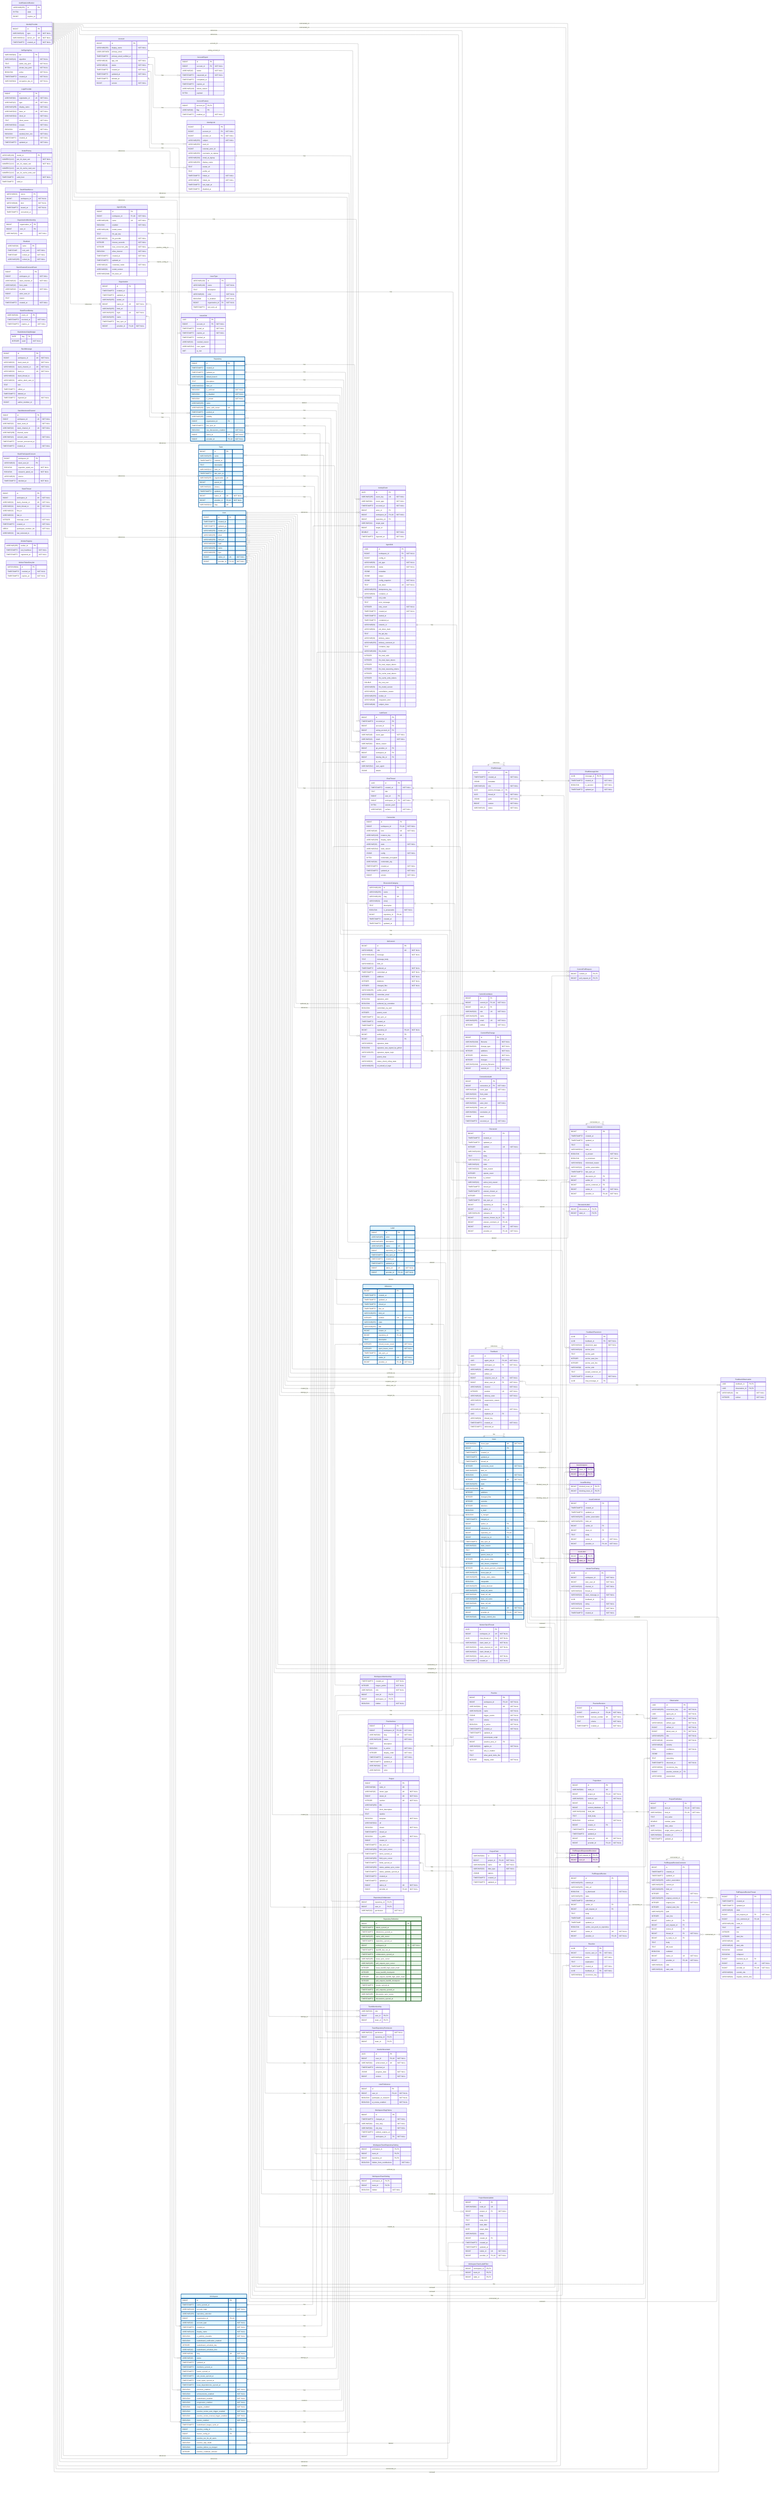
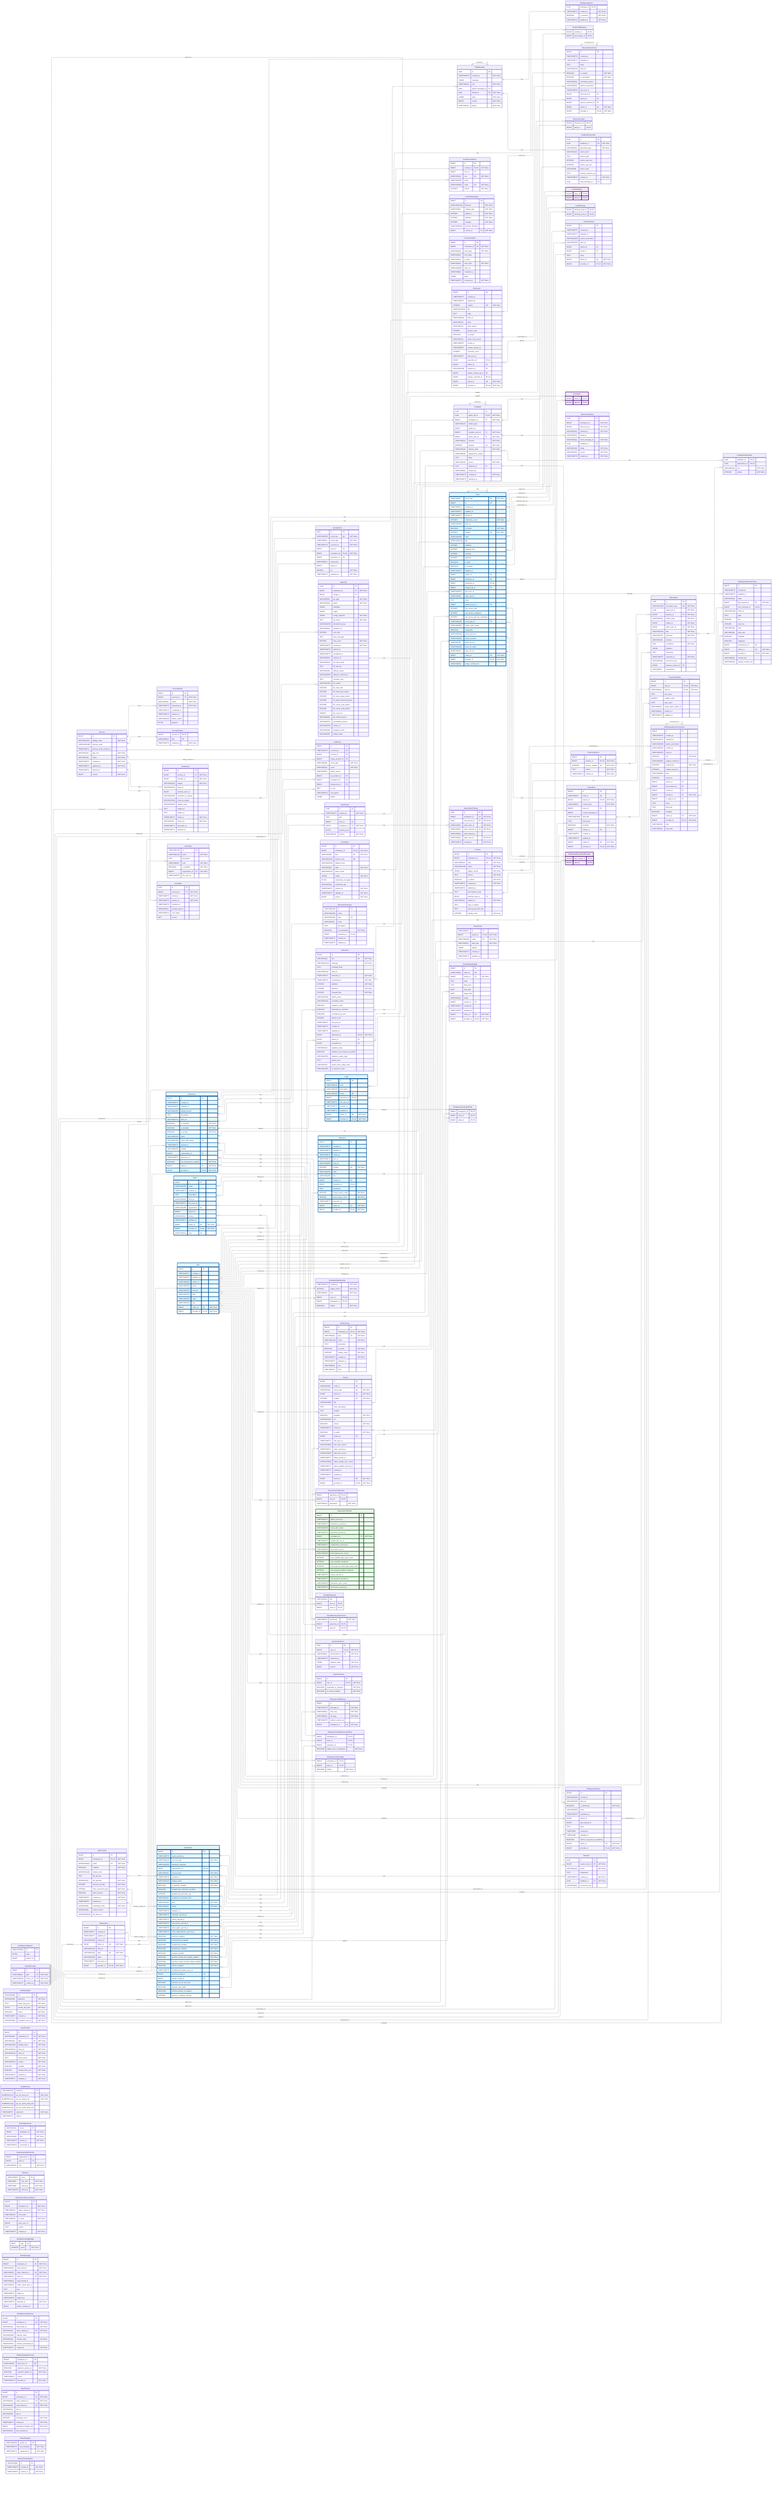
---
config:
    layout: elk
---
erDiagram
    %% Generated automatically from PostgreSQL database schema
    %% using scripts/generate-mermaid-erd.ts
    %% To regenerate: pnpm run db:generate-erd-docs

    direction LR

    Account {
        BIGINT id PK
        VARCHAR(255) display_name "NOT NULL"
        USER-DEFINED primary_email
        TIMESTAMPTZ primary_email_verified_at
        VARCHAR(16) app_role "NOT NULL"
        VARCHAR(16) status "NOT NULL"
        TIMESTAMPTZ created_at "NOT NULL"
        TIMESTAMPTZ updated_at "NOT NULL"
        TIMESTAMPTZ deleted_at
        BIGINT version "NOT NULL"
    }

    AccountExport {
        BIGINT id PK
        BIGINT account_id FK "NOT NULL"
        VARCHAR(16) status "NOT NULL"
        TIMESTAMPTZ requested_at "NOT NULL"
        TIMESTAMPTZ completed_at
        TIMESTAMPTZ expires_at
        VARCHAR(128) failure_reason
        BYTEA payload
    }

    AccountFeature {
        BIGINT account_id PK,FK
        VARCHAR(64) flag PK
        TIMESTAMPTZ enabled_at "NOT NULL"
    }

    ActivityEvent {
        UUID id PK
        VARCHAR(255) event_key UK "NOT NULL"
        VARCHAR(64) event_type "NOT NULL"
        TIMESTAMPTZ occurred_at "NOT NULL"
        BIGINT actor_id FK
        BIGINT workspace_id FK,UK "NOT NULL"
        BIGINT repository_id FK
        VARCHAR(32) target_type
        BIGINT target_id
        DOUBLE xp "NOT NULL"
        TIMESTAMPTZ ingested_at "NOT NULL"
    }

    AgentConfig {
        BIGINT id PK
        BIGINT workspace_id FK,UK "NOT NULL"
        VARCHAR(100) name UK "NOT NULL"
        BOOLEAN enabled "NOT NULL"
        VARCHAR(128) model_name
        TEXT llm_api_key
        VARCHAR(32) llm_provider "NOT NULL"
        INTEGER timeout_seconds "NOT NULL"
        INTEGER max_concurrent_jobs "NOT NULL"
        BOOLEAN allow_internet "NOT NULL"
        TIMESTAMPTZ created_at "NOT NULL"
        TIMESTAMPTZ updated_at
        VARCHAR(16) credential_mode "NOT NULL"
        VARCHAR(50) model_version
        VARCHAR(2048) llm_base_url
    }

    AgentJob {
        UUID id PK
        BIGINT workspace_id FK "NOT NULL"
        BIGINT config_id FK
        VARCHAR(50) job_type "NOT NULL"
        VARCHAR(20) status "NOT NULL"
        JSONB metadata
        JSONB output
        JSONB config_snapshot "NOT NULL"
        TEXT job_token UK "NOT NULL"
        VARCHAR(255) idempotency_key
        VARCHAR(64) container_id
        INTEGER exit_code
        TEXT error_message
        INTEGER retry_count "NOT NULL"
        TIMESTAMPTZ created_at "NOT NULL"
        TIMESTAMPTZ started_at
        TIMESTAMPTZ completed_at
        VARCHAR(64) network_id
        VARCHAR(64) job_token_hash
        TEXT llm_api_key
        VARCHAR(20) delivery_status
        VARCHAR(255) delivery_comment_id
        TEXT container_logs
        VARCHAR(100) llm_model
        INTEGER llm_total_calls
        INTEGER llm_total_input_tokens
        INTEGER llm_total_output_tokens
        INTEGER llm_total_reasoning_tokens
        INTEGER llm_cache_read_tokens
        INTEGER llm_cache_write_tokens
        DOUBLE llm_cost_usd
        VARCHAR(50) llm_model_version
        VARCHAR(32) cancellation_reason
        VARCHAR(255) worker_id
        VARCHAR(48) integration_kind
        VARCHAR(48) subject_class
    }

    AuthEvent {
        BIGINT id PK
        TIMESTAMPTZ occurred_at PK
        BIGINT account_id FK
        BIGINT acting_account_id FK
        VARCHAR(48) event_type "NOT NULL"
        VARCHAR(16) result "NOT NULL"
        VARCHAR(64) failure_reason
        BIGINT git_provider_id FK
        BIGINT workspace_id FK
        BIGINT identity_link_id FK
        INET ip_inet
        VARCHAR(512) user_agent
        JSONB details
    }

    AuthRateLimitBucket {
        VARCHAR(255) id PK
        BYTEA state
        BIGINT expires_at
    }

    ChatMessage {
        UUID id PK
        TIMESTAMPTZ created_at "NOT NULL"
        JSONB metadata
        VARCHAR(16) role "NOT NULL"
        UUID parent_message_id FK
        UUID thread_id FK "NOT NULL"
        JSONB parts "NOT NULL"
        BIGINT version "NOT NULL"
        VARCHAR(16) status "NOT NULL"
    }

    ChatMessageVote {
        UUID message_id PK,FK
        TIMESTAMPTZ created_at "NOT NULL"
        BOOLEAN is_upvoted "NOT NULL"
        TIMESTAMPTZ updated_at "NOT NULL"
    }

    ChatThread {
        UUID id PK
        TIMESTAMPTZ created_at "NOT NULL"
        TEXT title
        BIGINT user_id FK
        BIGINT workspace_id FK "NOT NULL"
        BYTEA session_jsonl
        VARCHAR(16) surface "NOT NULL"
    }

    CommitContributor {
        BIGINT id PK
        BIGINT commit_id FK,UK "NOT NULL"
        BIGINT user_id FK
        VARCHAR(32) role UK "NOT NULL"
        VARCHAR(255) name
        VARCHAR(255) email UK "NOT NULL"
        INTEGER ordinal "NOT NULL"
    }

    CommitFileChange {
        BIGINT id PK
        VARCHAR(1024) filename "NOT NULL"
        VARCHAR(32) change_type "NOT NULL"
        INTEGER additions "NOT NULL"
        INTEGER deletions "NOT NULL"
        INTEGER changes "NOT NULL"
        VARCHAR(1024) previous_filename
        BIGINT commit_id FK "NOT NULL"
    }

    CommitPullRequest {
        BIGINT commit_id PK,FK
        BIGINT pull_request_id PK,FK
    }

    Connection {
        BIGINT id PK
        BIGINT workspace_id FK,UK "NOT NULL"
        VARCHAR(48) kind UK "NOT NULL"
        VARCHAR(128) instance_key UK
        VARCHAR(256) display_name
        VARCHAR(32) state "NOT NULL"
        VARCHAR(512) state_reason
        JSONB config "NOT NULL"
        BYTEA credentials_encrypted
        VARCHAR(64) credentials_alg
        TIMESTAMPTZ created_at "NOT NULL"
        TIMESTAMPTZ updated_at "NOT NULL"
        BIGINT version "NOT NULL"
    }

    ConnectionAudit {
        BIGINT id PK
        BIGINT connection_id FK "NOT NULL"
        VARCHAR(48) event_type "NOT NULL"
        VARCHAR(32) from_state
        VARCHAR(32) to_state
        VARCHAR(32) actor_kind "NOT NULL"
        VARCHAR(256) actor_ref
        VARCHAR(64) correlation_id
        JSONB detail
        TIMESTAMPTZ occurred_at "NOT NULL"
    }

    Discussion {
        BIGINT id PK
        TIMESTAMPTZ created_at
        TIMESTAMPTZ updated_at
        INTEGER number UK "NOT NULL"
        VARCHAR(1024) title
        TEXT body
        VARCHAR(512) html_url
        VARCHAR(16) state
        VARCHAR(32) state_reason
        INTEGER upvote_count
        BOOLEAN is_locked
        VARCHAR(32) active_lock_reason
        TIMESTAMPTZ closed_at
        TIMESTAMPTZ answer_chosen_at
        INTEGER comment_count
        TIMESTAMPTZ last_sync_at
        BIGINT repository_id FK,UK
        BIGINT author_id FK
        VARCHAR(128) category_id FK
        BIGINT answer_chosen_by_id FK
        BIGINT answer_comment_id FK,UK
        BIGINT native_id UK "NOT NULL"
        BIGINT provider_id FK,UK "NOT NULL"
    }

    DiscussionCategory {
        VARCHAR(128) id PK
        VARCHAR(255) name
        VARCHAR(128) slug UK
        VARCHAR(32) emoji
        TEXT description
        BOOLEAN is_answerable "NOT NULL"
        BIGINT repository_id FK,UK
        TIMESTAMPTZ created_at
        TIMESTAMPTZ updated_at
    }

    DiscussionComment {
        BIGINT id PK
        TIMESTAMPTZ created_at
        TIMESTAMPTZ updated_at
        TEXT body
        VARCHAR(512) html_url
        BOOLEAN is_answer "NOT NULL"
        BOOLEAN is_minimized "NOT NULL"
        VARCHAR(64) minimized_reason
        VARCHAR(32) author_association
        TIMESTAMPTZ last_sync_at
        BIGINT discussion_id FK
        BIGINT author_id FK
        BIGINT parent_comment_id FK
        BIGINT native_id UK "NOT NULL"
        BIGINT provider_id FK,UK "NOT NULL"
    }

    DiscussionLabel {
        BIGINT discussion_id PK,FK
        BIGINT label_id PK,FK
    }

    Feedback {
        UUID id PK
        UUID agent_job_id FK,UK "NOT NULL"
        BIGINT workspace_id FK "NOT NULL"
        VARCHAR(32) artifact_type
        BIGINT artifact_id
        BIGINT recipient_user_id FK "NOT NULL"
        BIGINT about_user_id FK "NOT NULL"
        VARCHAR(32) channel "NOT NULL"
        INTEGER position UK "NOT NULL"
        VARCHAR(16) delivery_state "NOT NULL"
        VARCHAR(32) suppression_reason
        TEXT body
        VARCHAR(16) source "NOT NULL"
        UUID replaces_id FK
        VARCHAR(64) thread_key
        TIMESTAMPTZ created_at "NOT NULL"
        TIMESTAMPTZ delivered_at
    }

    FeedbackObservation {
        UUID feedback_id PK,FK
        UUID observation_id PK,FK
        VARCHAR(16) role "NOT NULL"
        INTEGER ordinal "NOT NULL"
    }

    FeedbackPlacement {
        UUID id PK
        UUID feedback_id FK "NOT NULL"
        VARCHAR(32) placement_type "NOT NULL"
        VARCHAR(16) anchor_kind
        TEXT anchor_path
        INTEGER anchor_start_line
        INTEGER anchor_end_line
        VARCHAR(8) anchor_side
        TEXT posted_comment_ref
        TIMESTAMPTZ created_at "NOT NULL"
        UUID chat_message_id FK
    }

    GitCommit {
        BIGINT id PK
        VARCHAR(40) sha UK "NOT NULL"
        VARCHAR(1024) message "NOT NULL"
        TEXT message_body
        VARCHAR(512) html_url
        TIMESTAMPTZ authored_at "NOT NULL"
        TIMESTAMPTZ committed_at "NOT NULL"
        INTEGER additions "NOT NULL"
        INTEGER deletions "NOT NULL"
        INTEGER changed_files "NOT NULL"
        VARCHAR(255) author_email
        VARCHAR(255) committer_email
        BOOLEAN signature_valid
        BOOLEAN authored_by_committer
        BOOLEAN committed_via_web
        INTEGER parent_count
        TIMESTAMPTZ last_sync_at
        TIMESTAMPTZ created_at
        TIMESTAMPTZ updated_at
        BIGINT repository_id FK,UK "NOT NULL"
        BIGINT author_id FK
        BIGINT committer_id FK
        VARCHAR(32) signature_state
        BOOLEAN signature_was_signed_by_github
        VARCHAR(255) signature_signer_login
        TEXT parent_shas
        VARCHAR(32) status_check_rollup_state
        VARCHAR(255) on_behalf_of_login
    }

    IdentityLink {
        BIGINT id PK
        BIGINT account_id FK "NOT NULL"
        BIGINT provider_id FK "NOT NULL"
        VARCHAR(255) subject "NOT NULL"
        VARCHAR(255) team_id
        BIGINT external_actor_id
        VARCHAR(255) username_at_signup
        VARCHAR(320) email_at_signup
        VARCHAR(255) display_name
        TEXT avatar_url
        TEXT profile_url
        TIMESTAMPTZ linked_at "NOT NULL"
        VARCHAR(16) linked_via "NOT NULL"
        TIMESTAMPTZ last_login_at
        TIMESTAMPTZ disabled_at
    }

    IdentityProvider {
        BIGINT id PK
        VARCHAR(10) type UK "NOT NULL"
        VARCHAR(512) server_url UK "NOT NULL"
        TIMESTAMPTZ created_at "NOT NULL"
    }

    Issue {
        VARCHAR(31) issue_type UK "NOT NULL"
        BIGINT id PK
        TIMESTAMPTZ created_at
        TIMESTAMPTZ updated_at
        TIMESTAMPTZ closed_at
        INTEGER comments_count "NOT NULL"
        VARCHAR(255) html_url
        BOOLEAN is_locked "NOT NULL"
        INTEGER number UK "NOT NULL"
        VARCHAR(255) state
        VARCHAR(1024) title
        INTEGER additions
        INTEGER changed_files
        INTEGER commits
        INTEGER deletions
        BOOLEAN is_draft
        BOOLEAN is_merged
        TIMESTAMPTZ merged_at
        BIGINT author_id FK
        BIGINT milestone_id FK
        BIGINT repository_id FK,UK
        BIGINT merged_by_id FK
        TIMESTAMPTZ last_sync_at
        VARCHAR(32) state_reason
        TEXT body
        BIGINT parent_issue_id FK
        INTEGER sub_issues_total
        INTEGER sub_issues_completed
        INTEGER sub_issues_percent_completed
        VARCHAR(128) issue_type_id FK
        VARCHAR(255) merge_state_status
        BOOLEAN mergeable
        VARCHAR(255) review_decision
        VARCHAR(255) head_ref_name
        VARCHAR(40) head_ref_oid
        VARCHAR(255) base_ref_name
        VARCHAR(40) base_ref_oid
        BIGINT native_id UK "NOT NULL"
        BIGINT provider_id FK,UK "NOT NULL"
        VARCHAR(40) merge_commit_sha
    }

    IssueAssignee {
        BIGINT issue_id PK,FK
        BIGINT user_id PK,FK
    }

    IssueBlocking {
        BIGINT blocked_issue_id PK,FK
        BIGINT blocking_issue_id PK,FK
    }

    IssueComment {
        BIGINT id PK
        TIMESTAMPTZ created_at
        TIMESTAMPTZ updated_at
        VARCHAR(255) author_association
        VARCHAR(255) html_url
        BIGINT author_id FK
        BIGINT issue_id FK
        TEXT body
        BIGINT native_id UK "NOT NULL"
        BIGINT provider_id FK,UK "NOT NULL"
    }

    IssueLabel {
        BIGINT issue_id PK,FK
        BIGINT label_id PK,FK
    }

    IssueType {
        VARCHAR(128) id PK
        VARCHAR(128) name "NOT NULL"
        TEXT description
        VARCHAR(20) color "NOT NULL"
        BOOLEAN is_enabled "NOT NULL"
        BIGINT organization_id FK "NOT NULL"
        TIMESTAMPTZ last_sync_at
    }

    IssuedJwt {
        UUID jti PK
        BIGINT account_id FK "NOT NULL"
        TIMESTAMPTZ issued_at "NOT NULL"
        TIMESTAMPTZ expires_at "NOT NULL"
        TIMESTAMPTZ revoked_at
        VARCHAR(32) revoked_reason
        VARCHAR(512) user_agent
        INET ip_inet
    }

    JwtSigningKey {
        VARCHAR(64) kid PK
        VARCHAR(16) algorithm "NOT NULL"
        TEXT public_key_pem "NOT NULL"
        BYTEA private_key_pem "NOT NULL"
        BOOLEAN active "NOT NULL"
        TIMESTAMPTZ created_at "NOT NULL"
        VARCHAR(64) encryption_key_id "NOT NULL"
    }

    Label {
        BIGINT id PK
        VARCHAR(255) color
        VARCHAR(255) description
        VARCHAR(255) name UK
        BIGINT repository_id FK,UK
        TIMESTAMPTZ last_sync_at
        TIMESTAMPTZ created_at
        TIMESTAMPTZ updated_at
        BIGINT native_id UK "NOT NULL"
        BIGINT provider_id FK,UK "NOT NULL"
    }

    LoginProvider {
        BIGINT id PK
        VARCHAR(64) registration_id UK "NOT NULL"
        VARCHAR(10) type UK "NOT NULL"
        VARCHAR(255) display_name "NOT NULL"
        VARCHAR(512) base_url UK "NOT NULL"
        VARCHAR(512) client_id "NOT NULL"
        TEXT client_secret "NOT NULL"
        VARCHAR(512) scopes "NOT NULL"
        BOOLEAN enabled "NOT NULL"
        BOOLEAN seeded_from_env "NOT NULL"
        TIMESTAMPTZ created_at "NOT NULL"
        TIMESTAMPTZ updated_at "NOT NULL"
    }

    MentorSlackThread {
        UUID id PK
        BIGINT workspace_id UK "NOT NULL"
        UUID chat_thread_id FK "NOT NULL"
        VARCHAR(32) slack_team_id "NOT NULL"
        VARCHAR(32) slack_channel_id UK "NOT NULL"
        VARCHAR(32) slack_thread_ts
        VARCHAR(32) slack_user_id "NOT NULL"
        TIMESTAMPTZ created_at "NOT NULL"
    }

    MentorTurnRating {
        UUID id PK
        BIGINT workspace_id "NOT NULL"
        BIGINT rater_user_id "NOT NULL"
        VARCHAR(32) channel_id "NOT NULL"
        VARCHAR(32) thread_ts
        VARCHAR(32) slack_message_ts "NOT NULL"
        UUID feedback_id FK
        VARCHAR(16) rating "NOT NULL"
        VARCHAR(16) source "NOT NULL"
        TIMESTAMPTZ created_at "NOT NULL"
    }

    Milestone {
        BIGINT id PK
        TIMESTAMPTZ created_at
        TIMESTAMPTZ updated_at
        TIMESTAMPTZ closed_at
        TIMESTAMPTZ due_on
        VARCHAR(255) html_url
        INTEGER number UK "NOT NULL"
        VARCHAR(255) state
        VARCHAR(255) title
        BIGINT creator_id FK
        BIGINT repository_id FK,UK
        TEXT description
        INTEGER closed_issues_count "NOT NULL"
        INTEGER open_issues_count "NOT NULL"
        TIMESTAMPTZ last_sync_at
        BIGINT native_id UK "NOT NULL"
        BIGINT provider_id FK,UK "NOT NULL"
    }

    ModelPricing {
        VARCHAR(128) model_id PK
        NUMERIC(12,6) per_1k_input_usd "NOT NULL"
        NUMERIC(12,6) per_1k_output_usd "NOT NULL"
        NUMERIC(12,6) per_1k_cache_read_usd
        NUMERIC(12,6) per_1k_cache_write_usd
        TIMESTAMPTZ valid_from "NOT NULL"
        TIMESTAMPTZ valid_to
    }

    OauthStateNonce {
        VARCHAR(32) nonce PK
        BIGINT workspace_id "NOT NULL"
        VARCHAR(48) kind "NOT NULL"
        TIMESTAMPTZ issued_at "NOT NULL"
        TIMESTAMPTZ consumed_at
    }

    Observation {
        UUID id PK
        VARCHAR(255) occurrence_key UK "NOT NULL"
        UUID agent_job_id "NOT NULL"
        BIGINT practice_id FK "NOT NULL"
        VARCHAR(32) artifact_type "NOT NULL"
        BIGINT artifact_id "NOT NULL"
        BIGINT about_user_id FK "NOT NULL"
        VARCHAR(255) title "NOT NULL"
        VARCHAR(16) presence "NOT NULL"
        VARCHAR(16) severity
        REAL confidence "NOT NULL"
        JSONB evidence
        TEXT reasoning
        TIMESTAMPTZ observed_at "NOT NULL"
        VARCHAR(64) recurrence_key
        BIGINT practice_revision_id FK
        VARCHAR(8) assessment
    }

    Organization {
        BIGINT id PK
        TIMESTAMPTZ created_at
        TIMESTAMPTZ updated_at
        VARCHAR(255) avatar_url
        BIGINT native_id UK "NOT NULL"
        VARCHAR(255) html_url
        VARCHAR(255) login UK "NOT NULL"
        VARCHAR(255) name
        TIMESTAMPTZ last_sync_at
        BIGINT provider_id FK,UK "NOT NULL"
    }

    OrganizationMembership {
        BIGINT organization_id PK
        BIGINT user_id PK
        VARCHAR(32) role "NOT NULL"
    }

    Practice {
        BIGINT id PK
        BIGINT workspace_id FK,UK "NOT NULL"
        VARCHAR(64) slug UK "NOT NULL"
        VARCHAR(128) name "NOT NULL"
        JSONB trigger_events "NOT NULL"
        TEXT criteria "NOT NULL"
        BOOLEAN is_active "NOT NULL"
        TIMESTAMPTZ created_at "NOT NULL"
        TIMESTAMPTZ updated_at
        TEXT precompute_script
        BIGINT practice_area_id FK
        VARCHAR(32) applies_to "NOT NULL"
        TEXT why_it_matters
        TEXT what_good_looks_like
        INTEGER display_order "NOT NULL"
    }

    PracticeArea {
        BIGINT id PK
        BIGINT workspace_id FK,UK "NOT NULL"
        VARCHAR(64) slug UK "NOT NULL"
        VARCHAR(128) name "NOT NULL"
        TEXT description
        BOOLEAN is_active "NOT NULL"
        INTEGER display_order "NOT NULL"
        TIMESTAMPTZ created_at "NOT NULL"
        TIMESTAMPTZ updated_at
        VARCHAR(64) icon
        VARCHAR(32) color
    }

    PracticeRevision {
        BIGINT id PK
        BIGINT practice_id FK,UK "NOT NULL"
        INTEGER revision_number UK "NOT NULL"
        TEXT criteria "NOT NULL"
        TIMESTAMPTZ created_at "NOT NULL"
    }

    Project {
        BIGINT id PK
        VARCHAR(64) node_id UK
        VARCHAR(32) owner_type UK "NOT NULL"
        BIGINT owner_id UK "NOT NULL"
        INTEGER number UK "NOT NULL"
        VARCHAR(256) title
        TEXT short_description
        TEXT readme
        BOOLEAN template "NOT NULL"
        VARCHAR(512) url
        BOOLEAN closed "NOT NULL"
        TIMESTAMPTZ closed_at
        BOOLEAN is_public "NOT NULL"
        BIGINT creator_id FK
        TIMESTAMPTZ last_sync_at
        VARCHAR(256) item_sync_cursor
        TIMESTAMPTZ items_synced_at
        VARCHAR(256) field_sync_cursor
        TIMESTAMPTZ fields_synced_at
        VARCHAR(256) status_update_sync_cursor
        TIMESTAMPTZ status_updates_synced_at
        TIMESTAMPTZ created_at
        TIMESTAMPTZ updated_at
        BIGINT native_id UK "NOT NULL"
        BIGINT provider_id FK,UK "NOT NULL"
    }

    ProjectField {
        VARCHAR(64) id PK
        BIGINT project_id FK,UK "NOT NULL"
        VARCHAR(256) name UK "NOT NULL"
        VARCHAR(32) data_type "NOT NULL"
        JSONB options
        TIMESTAMPTZ created_at
        TIMESTAMPTZ updated_at
    }

    ProjectFieldValue {
        BIGINT id PK
        BIGINT item_id FK,UK "NOT NULL"
        VARCHAR(64) field_id FK,UK "NOT NULL"
        TEXT text_value
        DOUBLE number_value
        DATE date_value
        VARCHAR(64) single_select_option_id
        VARCHAR(64) iteration_id
        TIMESTAMPTZ updated_at
    }

    ProjectItem {
        BIGINT id PK
        VARCHAR(64) node_id UK
        BIGINT project_id FK,UK "NOT NULL"
        VARCHAR(32) content_type "NOT NULL"
        BIGINT issue_id FK
        BIGINT content_database_id
        VARCHAR(1024) draft_title
        TEXT draft_body
        BOOLEAN archived "NOT NULL"
        BIGINT creator_id FK
        TIMESTAMPTZ created_at
        TIMESTAMPTZ updated_at
        BIGINT native_id UK "NOT NULL"
        BIGINT provider_id FK,UK "NOT NULL"
    }

    ProjectStatusUpdate {
        BIGINT id PK
        VARCHAR(64) node_id UK
        BIGINT project_id FK "NOT NULL"
        TEXT body
        TEXT body_html
        DATE start_date
        DATE target_date
        VARCHAR(32) status
        BIGINT creator_id FK
        TIMESTAMPTZ created_at
        TIMESTAMPTZ updated_at
        BIGINT native_id UK "NOT NULL"
        BIGINT provider_id FK,UK "NOT NULL"
    }

    PullRequestRequestedReviewer {
        BIGINT pull_request_id PK,FK
        BIGINT user_id PK,FK
    }

    PullRequestReview {
        BIGINT id PK
        VARCHAR(255) commit_id
        VARCHAR(255) html_url
        BOOLEAN is_dismissed "NOT NULL"
        VARCHAR(255) state
        TIMESTAMPTZ submitted_at
        BIGINT author_id FK
        BIGINT pull_request_id FK
        TEXT body
        TIMESTAMP created_at
        TIMESTAMP updated_at
        BOOLEAN author_can_push_to_repository
        BIGINT native_id UK "NOT NULL"
        BIGINT provider_id FK,UK "NOT NULL"
    }

    PullRequestReviewComment {
        BIGINT id PK
        TIMESTAMPTZ created_at
        TIMESTAMPTZ updated_at
        VARCHAR(255) author_association
        VARCHAR(255) commit_id
        VARCHAR(255) html_url
        INTEGER line "NOT NULL"
        VARCHAR(255) original_commit_id
        INTEGER original_line "NOT NULL"
        INTEGER original_start_line
        VARCHAR(255) path
        INTEGER start_line
        BIGINT author_id FK
        BIGINT pull_request_id FK
        BIGINT review_id FK
        BIGINT thread_id FK "NOT NULL"
        BIGINT in_reply_to_id FK
        TEXT body
        TEXT diff_hunk
        BOOLEAN outdated
        BIGINT native_id UK "NOT NULL"
        BIGINT provider_id FK,UK "NOT NULL"
        VARCHAR(16) side
        VARCHAR(16) start_side
    }

    PullRequestReviewThread {
        BIGINT id PK
        TIMESTAMPTZ created_at
        TIMESTAMPTZ updated_at
        VARCHAR(20) state
        BIGINT pull_request_id FK "NOT NULL"
        BIGINT root_comment_id FK,UK
        VARCHAR(128) node_id
        TEXT path
        INTEGER line
        INTEGER start_line
        VARCHAR(16) side
        VARCHAR(16) start_side
        BOOLEAN outdated
        BOOLEAN collapsed
        BIGINT resolved_by_id FK
        BIGINT native_id UK "NOT NULL"
        BIGINT provider_id FK,UK "NOT NULL"
        VARCHAR(64) commit_sha
        VARCHAR(64) original_commit_sha
    }

    Reaction {
        UUID id PK
        BIGINT reactor_user_id FK "NOT NULL"
        VARCHAR(16) action "NOT NULL"
        TEXT explanation
        TIMESTAMPTZ created_at "NOT NULL"
        UUID feedback_id FK "NOT NULL"
        VARCHAR(64) recurrence_key
    }

    Repository {
        BIGINT id PK
        TIMESTAMPTZ created_at
        TIMESTAMPTZ updated_at
        VARCHAR(255) default_branch
        TEXT description
        VARCHAR(512) html_url
        BOOLEAN is_archived "NOT NULL"
        BOOLEAN is_disabled "NOT NULL"
        BOOLEAN is_private "NOT NULL"
        VARCHAR(255) name
        VARCHAR(150) name_with_owner UK
        TIMESTAMPTZ pushed_at
        VARCHAR(255) visibility
        BIGINT organization_id FK
        TIMESTAMPTZ last_sync_at
        BOOLEAN has_discussions_enabled "NOT NULL"
        BIGINT native_id UK "NOT NULL"
        BIGINT provider_id FK,UK "NOT NULL"
    }

    RepositoryCollaborator {
        BIGINT repository_id PK,FK
        BIGINT user_id PK,FK
        VARCHAR(32) permission "NOT NULL"
    }

    RepositoryToMonitor {
        BIGINT id PK
        TIMESTAMPTZ labels_synced_at
        TIMESTAMPTZ milestones_synced_at
        VARCHAR(255) name_with_owner
        TIMESTAMPTZ repository_synced_at
        BIGINT workspace_id FK "NOT NULL"
        TIMESTAMPTZ backfill_last_run_at
        TIMESTAMPTZ collaborators_synced_at
        VARCHAR(255) issue_sync_cursor
        VARCHAR(255) pull_request_sync_cursor
        INTEGER issue_backfill_high_water_mark
        INTEGER issue_backfill_checkpoint
        INTEGER pull_request_backfill_high_water_mark
        INTEGER pull_request_backfill_checkpoint
        TIMESTAMPTZ issues_synced_at
        TIMESTAMPTZ pull_requests_synced_at
        VARCHAR(255) discussion_sync_cursor
        TIMESTAMPTZ discussions_synced_at
    }

    Shedlock {
        VARCHAR(64) name PK
        TIMESTAMP lock_until "NOT NULL"
        TIMESTAMP locked_at "NOT NULL"
        VARCHAR(255) locked_by "NOT NULL"
    }

    SlackChannelConsentEvent {
        BIGINT id PK
        BIGINT workspace_id "NOT NULL"
        VARCHAR(32) slack_channel_id "NOT NULL"
        VARCHAR(16) from_state
        VARCHAR(16) to_state "NOT NULL"
        BIGINT actor_user_id
        TEXT reason
        TIMESTAMPTZ created_at "NOT NULL"
-     }
- 
-     SlackEventDedup {
-         VARCHAR(64) event_id PK
-         TIMESTAMPTZ received_at "NOT NULL"
-         TIMESTAMPTZ expires_at "NOT NULL"
    }

    SlackMentorDailyBudget {
        DATE day PK
        INTEGER used "NOT NULL"
    }

    SlackMessage {
        BIGINT id PK
        BIGINT workspace_id UK "NOT NULL"
        VARCHAR(32) slack_team_id "NOT NULL"
        VARCHAR(32) slack_channel_id UK "NOT NULL"
        VARCHAR(32) slack_ts UK "NOT NULL"
        VARCHAR(32) slack_thread_ts
        VARCHAR(32) author_slack_user_id
        TEXT text
        TIMESTAMPTZ edited_at
        TIMESTAMPTZ deleted_at
        TIMESTAMPTZ ingested_at "NOT NULL"
        BIGINT author_member_id
    }

    SlackMonitoredChannel {
        BIGINT id PK
        BIGINT workspace_id UK "NOT NULL"
        VARCHAR(32) slack_team_id "NOT NULL"
        VARCHAR(32) slack_channel_id UK "NOT NULL"
        VARCHAR(256) channel_name
        VARCHAR(16) consent_state "NOT NULL"
        TIMESTAMPTZ consent_announced_at
        TIMESTAMPTZ created_at "NOT NULL"
    }

    SlackParticipantConsent {
        BIGINT workspace_id PK
        VARCHAR(32) slack_user_id PK
        BOOLEAN ingestion_opted_out "NOT NULL"
        BOOLEAN research_opted_out "NOT NULL"
        VARCHAR(32) source
        TIMESTAMPTZ decided_at "NOT NULL"
    }

    SlackThread {
        BIGINT id PK
        BIGINT workspace_id UK "NOT NULL"
        VARCHAR(32) slack_channel_id UK "NOT NULL"
        VARCHAR(32) slack_thread_ts UK "NOT NULL"
        VARCHAR(32) first_ts
        VARCHAR(32) last_ts
        INTEGER message_count "NOT NULL"
        TIMESTAMPTZ created_at "NOT NULL"
        ARRAY participant_member_ids "NOT NULL"
        VARCHAR(32) last_reviewed_ts
    }

    Team {
        BIGINT id PK
        VARCHAR(255) name
        TIMESTAMPTZ created_at
        TEXT description
        VARCHAR(512) html_url
        TIMESTAMPTZ last_sync_at
        VARCHAR(255) organization UK
        BIGINT parent_id
        VARCHAR(32) privacy
        TIMESTAMPTZ updated_at
        BIGINT native_id UK "NOT NULL"
        BIGINT provider_id FK,UK "NOT NULL"
        VARCHAR(512) slug UK
    }

    TeamMembership {
        VARCHAR(32) role
        BIGINT user_id PK,FK
        BIGINT team_id PK,FK
    }

    TeamRepositoryPermission {
        VARCHAR(32) permission "NOT NULL"
        BIGINT repository_id PK,FK
        BIGINT team_id PK,FK
    }

    User {
        BIGINT id PK
        TIMESTAMPTZ created_at
        TIMESTAMPTZ updated_at
        VARCHAR(255) avatar_url
        VARCHAR(255) email
        VARCHAR(255) html_url
        VARCHAR(255) login
        VARCHAR(255) name
        VARCHAR(255) type
        BIGINT native_id UK "NOT NULL"
        BIGINT provider_id FK,UK "NOT NULL"
    }

    UserAchievement {
        UUID id PK
        BIGINT user_id FK,UK "NOT NULL"
        VARCHAR(64) achievement_id UK "NOT NULL"
        TIMESTAMPTZ unlocked_at
        JSONB progress_data "NOT NULL"
        BIGINT version "NOT NULL"
    }

    UserPreference {
        BIGINT id PK
        BIGINT user_id FK,UK "NOT NULL"
        BOOLEAN participate_in_research "NOT NULL"
        BOOLEAN ai_review_enabled "NOT NULL"
    }

    WorkerRegistry {
        VARCHAR(255) worker_id PK
        TIMESTAMPTZ last_heartbeat "NOT NULL"
        TIMESTAMPTZ registered_at "NOT NULL"
    }

    WorkerTokenDenylist {
        VARCHAR(64) jti PK
        TIMESTAMPTZ revoked_at "NOT NULL"
        TIMESTAMPTZ expires_at "NOT NULL"
    }

    Workspace {
        BIGINT id PK
        TIMESTAMPTZ users_synced_at
        VARCHAR(120) account_login "NOT NULL"
        VARCHAR(255) repository_selection
        BIGINT organization_id FK,UK
        VARCHAR(10) account_type "NOT NULL"
        TIMESTAMPTZ created_at "NOT NULL"
        VARCHAR(120) display_name "NOT NULL"
        BOOLEAN is_publicly_viewable "NOT NULL"
        BOOLEAN leaderboard_notification_enabled
        INTEGER leaderboard_schedule_day
        VARCHAR(10) leaderboard_schedule_time
        VARCHAR(64) slug UK "NOT NULL"
        VARCHAR(20) status "NOT NULL"
        TIMESTAMPTZ updated_at
        TIMESTAMPTZ members_synced_at
        TIMESTAMPTZ teams_synced_at
        TIMESTAMPTZ sub_issues_synced_at
        TIMESTAMPTZ issue_types_synced_at
        TIMESTAMPTZ issue_dependencies_synced_at
        BOOLEAN practices_enabled "NOT NULL"
        BOOLEAN achievements_enabled "NOT NULL"
        BOOLEAN leaderboard_enabled "NOT NULL"
        BOOLEAN progression_enabled "NOT NULL"
        BOOLEAN leagues_enabled "NOT NULL"
        BOOLEAN practice_review_auto_trigger_enabled "NOT NULL"
        BOOLEAN practice_review_manual_trigger_enabled "NOT NULL"
        BOOLEAN mentor_enabled "NOT NULL"
        TIMESTAMPTZ leaderboard_league_cycle_at
        BIGINT practice_config_id FK
        BIGINT mentor_config_id FK
        BOOLEAN practice_run_for_all_users
        BOOLEAN practice_skip_drafts
        BOOLEAN practice_deliver_to_merged
        INTEGER practice_cooldown_minutes
    }

    WorkspaceMembership {
        TIMESTAMPTZ created_at "NOT NULL"
        INTEGER league_points "NOT NULL"
        VARCHAR(16) role "NOT NULL"
        BIGINT user_id PK,FK
        BIGINT workspace_id PK,FK
        BOOLEAN hidden "NOT NULL"
    }

    WorkspaceSlugHistory {
        BIGINT id PK
        TIMESTAMPTZ changed_at "NOT NULL"
        VARCHAR(64) new_slug "NOT NULL"
        VARCHAR(64) old_slug "NOT NULL"
        TIMESTAMPTZ redirect_expires_at
        BIGINT workspace_id FK "NOT NULL"
    }

    WorkspaceTeamLabelFilter {
        BIGINT workspace_id PK,FK
        BIGINT team_id PK,FK
        BIGINT label_id PK,FK
    }

    WorkspaceTeamRepositorySetting {
        BIGINT workspace_id PK,FK
        BIGINT team_id PK,FK
        BIGINT repository_id PK,FK
        BOOLEAN hidden_from_contributions "NOT NULL"
    }

    WorkspaceTeamSetting {
        BIGINT workspace_id PK,FK
        BIGINT team_id PK,FK
        BOOLEAN hidden "NOT NULL"
    }

    %% Relationships
    %% One-to-One relationships
    Account ||--|| AccountFeature : has
    Workspace ||--|| ActivityEvent : has
    Workspace ||--|| AgentConfig : has
    ChatMessage ||--|| ChatMessageVote : has
    GitCommit ||--|| CommitContributor : has
    Workspace ||--|| Connection : has
    Repository ||--|| Discussion : has
    DiscussionComment ||--|| Discussion : references
    IdentityProvider ||--|| Discussion : references
    Repository ||--|| DiscussionCategory : has
    IdentityProvider ||--|| DiscussionComment : commented_on
    AgentJob ||--|| Feedback : has
    Repository ||--|| GitCommit : has
    Repository ||--|| Issue : has
    IdentityProvider ||--|| Issue : references
    IdentityProvider ||--|| IssueComment : commented_on
    Repository ||--|| Label : labeled
    IdentityProvider ||--|| Label : labeled
    Repository ||--|| Milestone : has
    IdentityProvider ||--|| Milestone : references
    IdentityProvider ||--|| Organization : references
    Workspace ||--|| Practice : has
    Workspace ||--|| PracticeArea : has
    Practice ||--|| PracticeRevision : has
    IdentityProvider ||--|| Project : references
    Project ||--|| ProjectField : has
    ProjectItem ||--|| ProjectFieldValue : has
    ProjectField ||--|| ProjectFieldValue : has
    Project ||--|| ProjectItem : has
    IdentityProvider ||--|| ProjectItem : references
    IdentityProvider ||--|| ProjectStatusUpdate : references
    IdentityProvider ||--|| PullRequestReview : reviewed
    IdentityProvider ||--|| PullRequestReviewComment : commented_on
    PullRequestReviewComment ||--|| PullRequestReviewThread : reviewed
    IdentityProvider ||--|| PullRequestReviewThread : reviewed
    IdentityProvider ||--|| Repository : references
    IdentityProvider ||--|| Team : references
    IdentityProvider ||--|| User : references
    User ||--|| UserAchievement : has
    User ||--|| UserPreference : has
    Organization ||--|| Workspace : has
    User ||--|| WorkspaceMembership : belongs_to
    Workspace ||--|| WorkspaceMembership : belongs_to

    %% One-to-Many relationships
    Account ||--o{ AccountExport : has
    User ||--o{ ActivityEvent : references
    Repository ||--o{ ActivityEvent : has
    Workspace ||--o{ AgentJob : has
    AgentConfig ||--o{ AgentJob : has
    Account ||--o{ AuthEvent : account_id
    Account ||--o{ AuthEvent : acting_account_id
    IdentityProvider ||--o{ AuthEvent : references
    Workspace ||--o{ AuthEvent : has
    IdentityLink ||--o{ AuthEvent : has
    ChatMessage ||--o{ ChatMessage : references
    ChatThread ||--o{ ChatMessage : has
    User ||--o{ ChatThread : has
    Workspace ||--o{ ChatThread : has
    User ||--o{ CommitContributor : has
    GitCommit ||--o{ CommitFileChange : has
    Connection ||--o{ ConnectionAudit : has
    User ||--o{ Discussion : authored_by
    DiscussionCategory ||--o{ Discussion : has
    User ||--o{ Discussion : references
    Discussion ||--o{ DiscussionComment : commented_on
    User ||--o{ DiscussionComment : commented_on
    DiscussionComment ||--o{ DiscussionComment : commented_on
    Workspace ||--o{ Feedback : has
    User ||--o{ Feedback : recipient_user_id
    User ||--o{ Feedback : about_user_id
    Feedback ||--o{ Feedback : references
    Feedback ||--o{ FeedbackPlacement : has
    ChatMessage ||--o{ FeedbackPlacement : has
    User ||--o{ GitCommit : authored_by
    User ||--o{ GitCommit : references
    Account ||--o{ IdentityLink : has
    IdentityProvider ||--o{ IdentityLink : references
    User ||--o{ Issue : authored_by
    Milestone ||--o{ Issue : has
    User ||--o{ Issue : merged_by
    Issue ||--o{ Issue : has
    IssueType ||--o{ Issue : has
    User ||--o{ IssueComment : commented_on
    Issue ||--o{ IssueComment : commented_on
    Organization ||--o{ IssueType : has
    Account ||--o{ IssuedJwt : has
    ChatThread ||--o{ MentorSlackThread : has
    Feedback ||--o{ MentorTurnRating : has
    User ||--o{ Milestone : created_by
    Practice ||--o{ Observation : has
    User ||--o{ Observation : has
    PracticeRevision ||--o{ Observation : has
    PracticeArea ||--o{ Practice : has
    User ||--o{ Project : created_by
    Issue ||--o{ ProjectItem : has
    User ||--o{ ProjectItem : created_by
    Project ||--o{ ProjectStatusUpdate : has
    User ||--o{ ProjectStatusUpdate : created_by
    User ||--o{ PullRequestReview : reviewed
    Issue ||--o{ PullRequestReview : reviewed
    User ||--o{ PullRequestReviewComment : commented_on
    Issue ||--o{ PullRequestReviewComment : commented_on
    PullRequestReview ||--o{ PullRequestReviewComment : commented_on
    PullRequestReviewThread ||--o{ PullRequestReviewComment : commented_on
    PullRequestReviewComment ||--o{ PullRequestReviewComment : commented_on
    Issue ||--o{ PullRequestReviewThread : reviewed
    User ||--o{ PullRequestReviewThread : reviewed
    User ||--o{ Reaction : has
    Feedback ||--o{ Reaction : has
    Organization ||--o{ Repository : has
    Workspace ||--o{ RepositoryToMonitor : monitors
    AgentConfig ||--o{ Workspace : practice_config_id
    AgentConfig ||--o{ Workspace : mentor_config_id
    Workspace ||--o{ WorkspaceSlugHistory : has

    %% Many-to-Many relationships
    GitCommit }o--o{ CommitPullRequest : has
    Issue }o--o{ CommitPullRequest : references
    Discussion }o--o{ DiscussionLabel : labeled
    Label }o--o{ DiscussionLabel : labeled
    Feedback }o--o{ FeedbackObservation : has
    Observation }o--o{ FeedbackObservation : has
    Issue }o--o{ IssueAssignee : assigned_to
    User }o--o{ IssueAssignee : assigned_to
    Issue }o--o{ IssueBlocking : blocked_issue_id
    Issue }o--o{ IssueBlocking : blocking_issue_id
    Issue }o--o{ IssueLabel : labeled
    Label }o--o{ IssueLabel : labeled
    Issue }o--o{ PullRequestRequestedReviewer : reviewed
    User }o--o{ PullRequestRequestedReviewer : reviewed
    Repository }o--o{ RepositoryCollaborator : has
    User }o--o{ RepositoryCollaborator : has
    User }o--o{ TeamMembership : belongs_to
    Team }o--o{ TeamMembership : belongs_to
    Repository }o--o{ TeamRepositoryPermission : has
    Team }o--o{ TeamRepositoryPermission : has
    Workspace }o--o{ WorkspaceTeamLabelFilter : labeled
    Team }o--o{ WorkspaceTeamLabelFilter : labeled
    Label }o--o{ WorkspaceTeamLabelFilter : labeled
    Workspace }o--o{ WorkspaceTeamRepositorySetting : has
    Team }o--o{ WorkspaceTeamRepositorySetting : has
    Repository }o--o{ WorkspaceTeamRepositorySetting : has
    Workspace }o--o{ WorkspaceTeamSetting : has
    Team }o--o{ WorkspaceTeamSetting : has

    %% Styling
    classDef primaryEntity fill:#e1f5fe,stroke:#01579b,stroke-width:2px
    classDef associationEntity fill:#f3e5f5,stroke:#4a148c,stroke-width:2px
    classDef metadataEntity fill:#e8f5e8,stroke:#1b5e20,stroke-width:2px

    class Issue primaryEntity
    class IssueAssignee associationEntity
    class IssueLabel associationEntity
    class Label primaryEntity
    class Milestone primaryEntity
    class PullRequestRequestedReviewer associationEntity
    class Repository primaryEntity
    class RepositoryToMonitor metadataEntity
    class Team primaryEntity
    class User primaryEntity
    class Workspace primaryEntity
